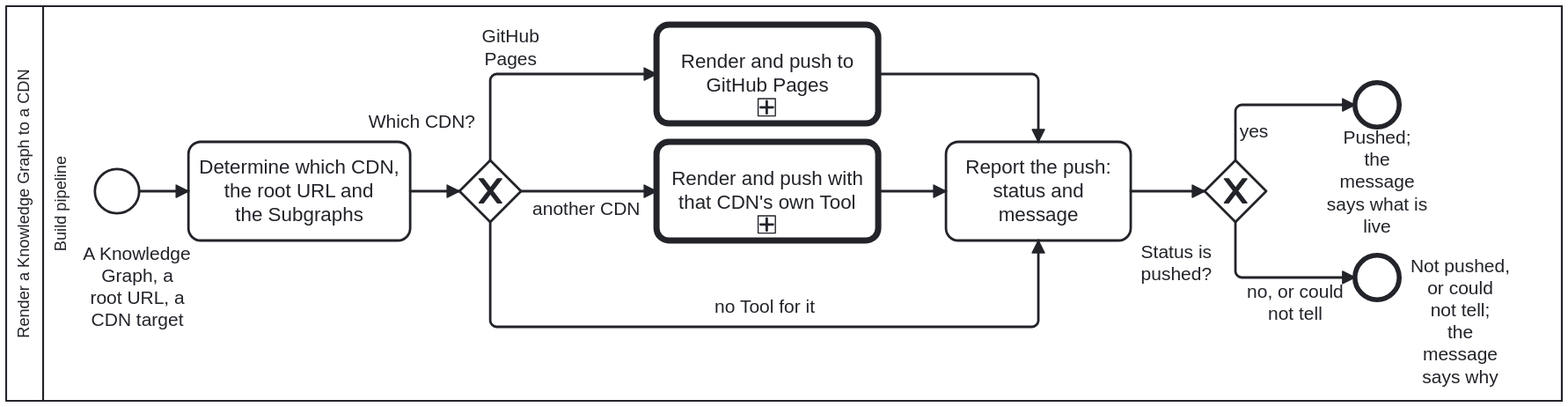
This is docs/assets/img/workflows/render-kg-to-cdn.svg from litlfred/cat-harness, a BPMN export, as it was before one commit. Its source is kept beside it as processes/process/render-kg-to-cdn.bpmn. Ids are renumbered.
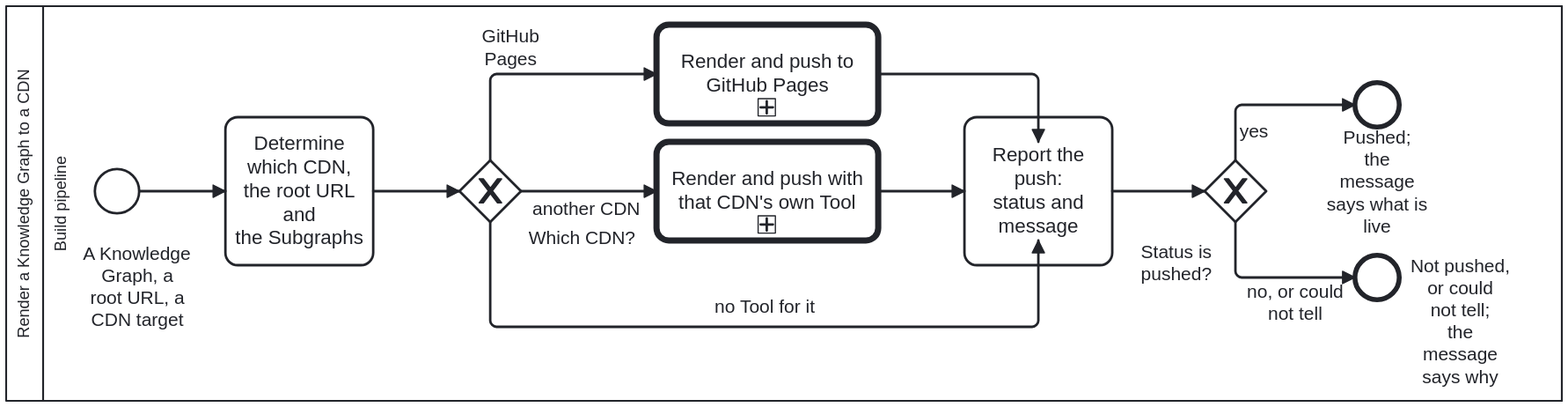
The same diagram one commit later.

What changed in the source:
```diff
@@ -106,15 +106,15 @@
       </bpmndi:BPMNShape>
       <bpmndi:BPMNShape id="Shape_Start_Render" bpmnElement="Start_Render">
         <dc:Bounds x="212" y="212" width="36" height="36" />
-        <bpmndi:BPMNLabel><dc:Bounds x="201.09" y="271.5" width="90" height="72" /></bpmndi:BPMNLabel>
-      </bpmndi:BPMNShape>
+
+      <bpmndi:BPMNLabel><dc:Bounds x="201.09" y="271.5" width="90" height="72" /></bpmndi:BPMNLabel></bpmndi:BPMNShape>
       <bpmndi:BPMNShape id="Shape_Task_Resolve" bpmnElement="Task_Resolve">
-        <dc:Bounds x="288" y="190" width="180" height="80" />
+        <dc:Bounds x="318" y="170" width="120" height="120" />
       </bpmndi:BPMNShape>
       <bpmndi:BPMNShape id="Shape_GW_Tool" bpmnElement="GW_Tool" isMarkerVisible="true">
         <dc:Bounds x="508" y="205" width="50" height="50" />
 
-      <bpmndi:BPMNLabel><dc:Bounds x="432.5" y="164.5" width="90" height="17" /></bpmndi:BPMNLabel></bpmndi:BPMNShape>
+      <bpmndi:BPMNLabel><dc:Bounds x="562" y="259" width="90" height="17" /></bpmndi:BPMNLabel></bpmndi:BPMNShape>
       <bpmndi:BPMNShape id="Shape_Call_GitHubPages" bpmnElement="Call_GitHubPages">
         <dc:Bounds x="668" y="95" width="180" height="80" />
       </bpmndi:BPMNShape>
@@ -122,12 +122,12 @@
         <dc:Bounds x="668" y="190" width="180" height="80" />
       </bpmndi:BPMNShape>
       <bpmndi:BPMNShape id="Shape_Task_Report" bpmnElement="Task_Report">
-        <dc:Bounds x="903" y="190" width="150" height="80" />
+        <dc:Bounds x="918" y="170" width="120" height="120" />
       </bpmndi:BPMNShape>
       <bpmndi:BPMNShape id="Shape_GW_Pushed" bpmnElement="GW_Pushed" isMarkerVisible="true">
         <dc:Bounds x="1113" y="205" width="50" height="50" />
-        <bpmndi:BPMNLabel><dc:Bounds x="1045" y="270.5" width="90" height="36" /></bpmndi:BPMNLabel>
-      </bpmndi:BPMNShape>
+
+      <bpmndi:BPMNLabel><dc:Bounds x="1045" y="270.5" width="90" height="36" /></bpmndi:BPMNLabel></bpmndi:BPMNShape>
       <bpmndi:BPMNShape id="Shape_End_Pushed" bpmnElement="End_Pushed">
         <dc:Bounds x="1235" y="142" width="36" height="36" />
       </bpmndi:BPMNShape>
@@ -137,17 +137,21 @@
       <bpmndi:BPMNLabel><dc:Bounds x="1275" y="282" width="90" height="108" /></bpmndi:BPMNLabel></bpmndi:BPMNShape>
       <bpmndi:BPMNEdge id="Edge_Flow_1" bpmnElement="Flow_1">
         <di:waypoint x="248" y="230" />
-        <di:waypoint x="288" y="230" />
+        <di:waypoint x="318" y="230" />
       </bpmndi:BPMNEdge>
       <bpmndi:BPMNEdge id="Edge_Flow_2" bpmnElement="Flow_2">
-        <di:waypoint x="468" y="230" />
+        <di:waypoint x="438" y="230" />
         <di:waypoint x="508" y="230" />
       </bpmndi:BPMNEdge>
       <bpmndi:BPMNEdge id="Edge_Flow_3" bpmnElement="Flow_3"><di:waypoint x="533" y="205"/><di:waypoint x="533" y="135"/><di:waypoint x="668" y="135"/>
         <bpmndi:BPMNLabel><dc:Bounds x="504.25" y="96" width="90" height="36" /></bpmndi:BPMNLabel>
       </bpmndi:BPMNEdge>
       <bpmndi:BPMNEdge id="Edge_Flow_3b" bpmnElement="Flow_3b"><di:waypoint x="558" y="230"/><di:waypoint x="668" y="230"/><bpmndi:BPMNLabel><dc:Bounds x="566" y="236" width="90" height="20"/></bpmndi:BPMNLabel></bpmndi:BPMNEdge>
-      <bpmndi:BPMNEdge id="Edge_Flow_5b" bpmnElement="Flow_5b"><di:waypoint x="848" y="135"/><di:waypoint x="978" y="135"/><di:waypoint x="978" y="190"/></bpmndi:BPMNEdge>
+      <bpmndi:BPMNEdge id="Edge_Flow_5b" bpmnElement="Flow_5b">
+        <di:waypoint x="848" y="135" />
+        <di:waypoint x="978" y="135" />
+        <di:waypoint x="978" y="190" />
+      </bpmndi:BPMNEdge>
       <bpmndi:BPMNEdge id="Edge_Flow_4" bpmnElement="Flow_4">
         <di:waypoint x="533" y="255" />
         <di:waypoint x="533" y="340" />
@@ -156,10 +160,10 @@
       </bpmndi:BPMNEdge>
       <bpmndi:BPMNEdge id="Edge_Flow_5" bpmnElement="Flow_5">
         <di:waypoint x="848" y="230" />
-        <di:waypoint x="903" y="230" />
+        <di:waypoint x="918" y="230" />
       </bpmndi:BPMNEdge>
       <bpmndi:BPMNEdge id="Edge_Flow_6" bpmnElement="Flow_6">
-        <di:waypoint x="1053" y="230" />
+        <di:waypoint x="1038" y="230" />
         <di:waypoint x="1113" y="230" />
       </bpmndi:BPMNEdge>
       <bpmndi:BPMNEdge id="Edge_Flow_7" bpmnElement="Flow_7">
```
